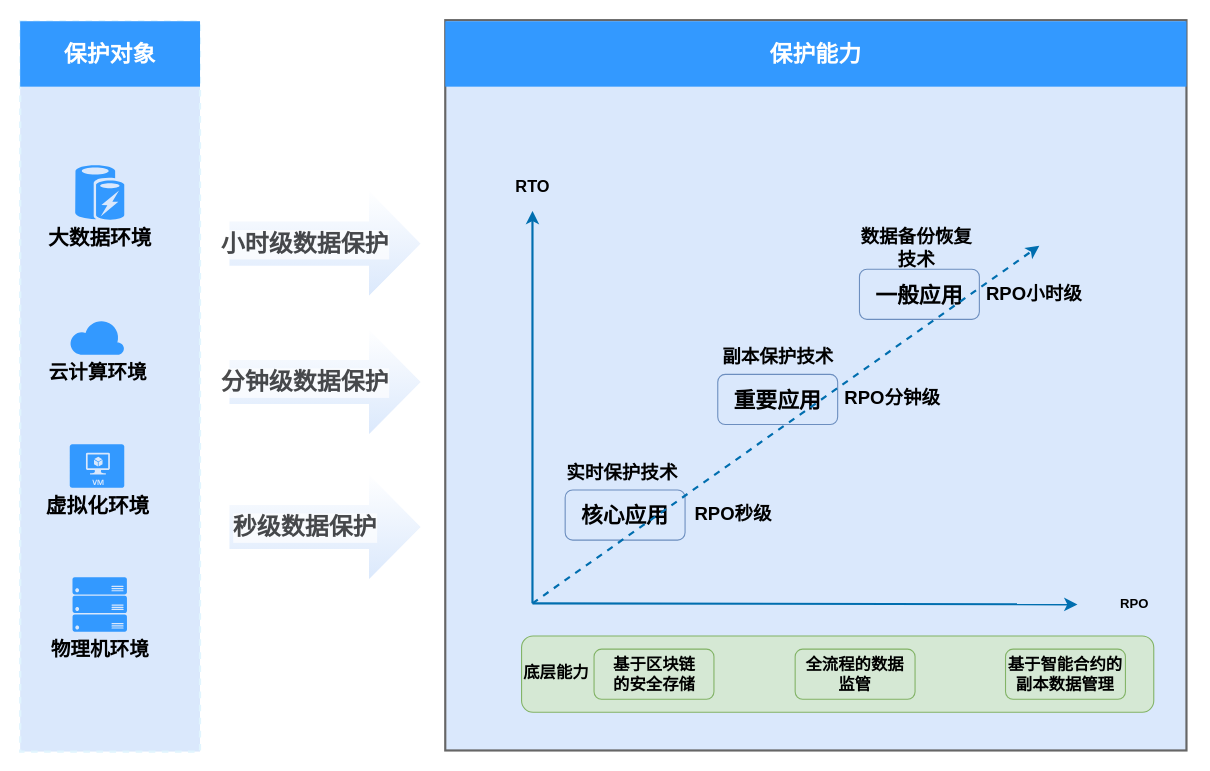
Above: page "Copy of Page-1" (2 of 2) of 多元数据保护.drawio in qqshow/drawio (draw.io), before the change. Source tidied: cells renumbered, new cells numbered last; positions are measured from the earlier drawing's top-left corner, leaving out a move shared by most shapes. Both pictures are drawn from the tidied source at 109%, with x=0, y=0 at pixel (20, 20).
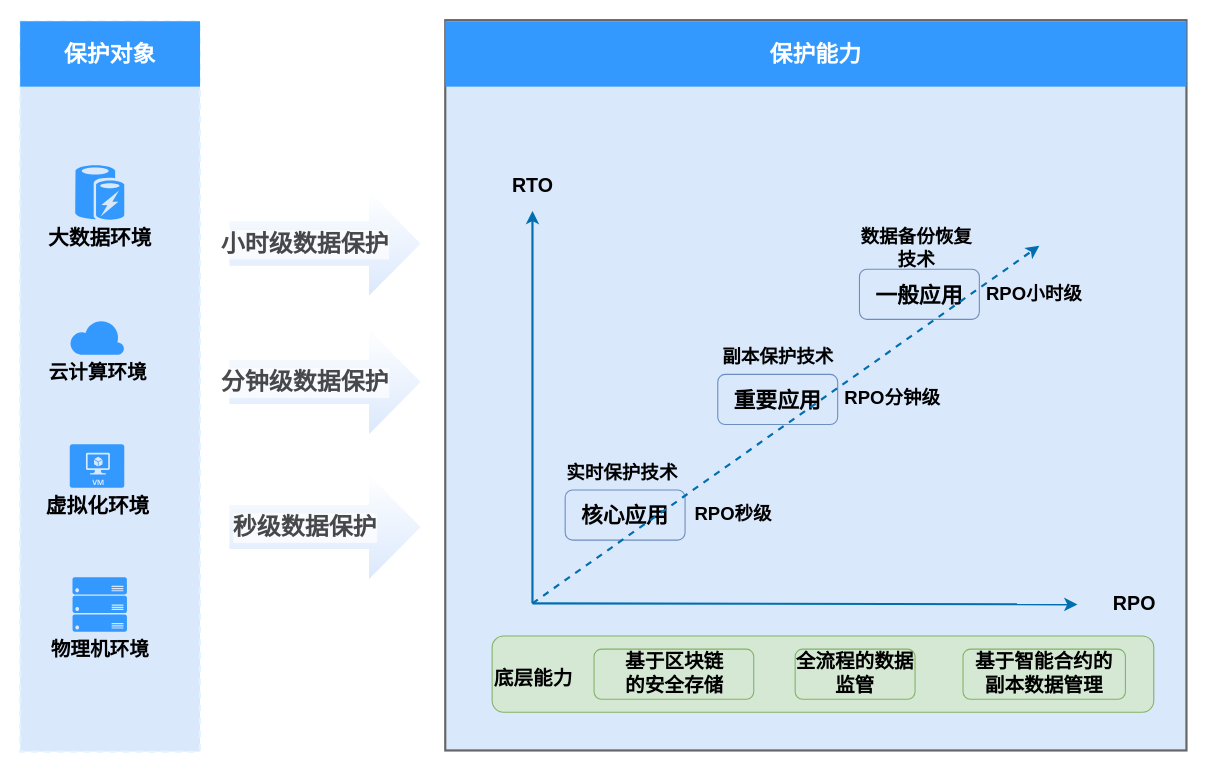
Above is the later version.

Commit message:
Update 多元数据保护.drawio

Change to the diagram source:
```diff
@@
-    <mxCell id="19" value="&lt;b style=&quot;font-size: 15px;&quot;&gt;RTO&lt;/b&gt;" style="text;html=1;strokeColor=none;fillColor=none;align=center;verticalAlign=middle;whiteSpace=wrap;rounded=0;shadow=0;labelBackgroundColor=none;labelBorderColor=none;fontColor=#000000;fontSize=15;" parent="1" vertex="1">
+    <mxCell id="19" value="&lt;b&gt;&lt;font style=&quot;font-size: 18px&quot;&gt;RTO&lt;/font&gt;&lt;/b&gt;" style="text;html=1;strokeColor=none;fillColor=none;align=center;verticalAlign=middle;whiteSpace=wrap;rounded=0;shadow=0;labelBackgroundColor=none;labelBorderColor=none;fontColor=#000000;fontSize=15;" parent="1" vertex="1">
       <mxGeometry x="417.5" y="137" width="105" height="30" as="geometry" />
     </mxCell>
-    <mxCell id="20" value="&lt;b&gt;&lt;font color=&quot;#000000&quot;&gt;RPO&lt;/font&gt;&lt;/b&gt;" style="text;html=1;strokeColor=none;fillColor=none;align=center;verticalAlign=middle;whiteSpace=wrap;rounded=0;shadow=0;labelBackgroundColor=none;labelBorderColor=none;fontColor=#0000FF;" parent="1" vertex="1">
+    <mxCell id="20" value="&lt;b&gt;&lt;font color=&quot;#000000&quot; style=&quot;font-size: 18px&quot;&gt;RPO&lt;/font&gt;&lt;/b&gt;" style="text;html=1;strokeColor=none;fillColor=none;align=center;verticalAlign=middle;whiteSpace=wrap;rounded=0;shadow=0;labelBackgroundColor=none;labelBorderColor=none;fontColor=#0000FF;" parent="1" vertex="1">
       <mxGeometry x="970" y="521" width="105" height="30" as="geometry" />
     </mxCell>
@@
-    <mxCell id="28" value="&lt;div style=&quot;text-align: justify&quot;&gt;&lt;b&gt;&lt;br&gt;&lt;/b&gt;&lt;/div&gt;&lt;div style=&quot;text-align: justify&quot;&gt;&lt;b&gt;底层能力&lt;/b&gt;&lt;/div&gt;" style="rounded=1;whiteSpace=wrap;html=1;shadow=0;labelBackgroundColor=none;labelBorderColor=none;fillColor=#d5e8d4;strokeColor=#82b366;align=left;verticalAlign=top;fontSize=15;" parent="1" vertex="1">
-      <mxGeometry x="460" y="565" width="580" height="70" as="geometry" />
+    <mxCell id="28" value="&lt;div style=&quot;text-align: justify ; font-size: 18px&quot;&gt;&lt;b&gt;&lt;font style=&quot;font-size: 18px&quot;&gt;&lt;br&gt;&lt;/font&gt;&lt;/b&gt;&lt;/div&gt;&lt;div style=&quot;text-align: justify ; font-size: 18px&quot;&gt;&lt;b&gt;&lt;font style=&quot;font-size: 18px&quot;&gt;底层能力&lt;/font&gt;&lt;/b&gt;&lt;/div&gt;" style="rounded=1;whiteSpace=wrap;html=1;shadow=0;labelBackgroundColor=none;labelBorderColor=none;fillColor=#d5e8d4;strokeColor=#82b366;align=left;verticalAlign=top;fontSize=15;" parent="1" vertex="1">
+      <mxGeometry x="433" y="565" width="607" height="70" as="geometry" />
     </mxCell>
-    <mxCell id="29" value="&lt;b style=&quot;font-size: 15px;&quot;&gt;基于区块链&lt;br style=&quot;font-size: 15px;&quot;&gt;的安全存储&lt;/b&gt;" style="rounded=1;whiteSpace=wrap;html=1;shadow=0;labelBackgroundColor=none;labelBorderColor=none;fillColor=#d5e8d4;strokeColor=#82b366;fontSize=15;" parent="1" vertex="1">
-      <mxGeometry x="526.5" y="577" width="110" height="46" as="geometry" />
+    <mxCell id="29" value="&lt;b style=&quot;font-size: 18px&quot;&gt;基于区块链&lt;br&gt;的安全存储&lt;/b&gt;" style="rounded=1;whiteSpace=wrap;html=1;shadow=0;labelBackgroundColor=none;labelBorderColor=none;fillColor=#d5e8d4;strokeColor=#82b366;fontSize=15;" parent="1" vertex="1">
+      <mxGeometry x="526.5" y="577" width="146.5" height="46" as="geometry" />
     </mxCell>
-    <mxCell id="30" value="&lt;b style=&quot;font-size: 15px;&quot;&gt;全流程的数据&lt;br style=&quot;font-size: 15px;&quot;&gt;监管&lt;/b&gt;" style="rounded=1;whiteSpace=wrap;html=1;shadow=0;labelBackgroundColor=none;labelBorderColor=none;fillColor=#d5e8d4;strokeColor=#82b366;fontSize=15;" parent="1" vertex="1">
+    <mxCell id="30" value="&lt;b style=&quot;font-size: 18px&quot;&gt;全流程的数据&lt;br&gt;监管&lt;/b&gt;" style="rounded=1;whiteSpace=wrap;html=1;shadow=0;labelBackgroundColor=none;labelBorderColor=none;fillColor=#d5e8d4;strokeColor=#82b366;fontSize=15;" parent="1" vertex="1">
       <mxGeometry x="711" y="577" width="110" height="46" as="geometry" />
     </mxCell>
-    <mxCell id="31" value="&lt;b style=&quot;font-size: 15px;&quot;&gt;基于智能合约的&lt;br style=&quot;font-size: 15px;&quot;&gt;副本数据管理&lt;br style=&quot;font-size: 15px;&quot;&gt;&lt;/b&gt;" style="rounded=1;whiteSpace=wrap;html=1;shadow=0;labelBackgroundColor=none;labelBorderColor=none;fillColor=#d5e8d4;strokeColor=#82b366;fontSize=15;" parent="1" vertex="1">
-      <mxGeometry x="904" y="577" width="110" height="46" as="geometry" />
+    <mxCell id="31" value="&lt;b style=&quot;font-size: 18px&quot;&gt;基于智能合约的&lt;br&gt;副本数据管理&lt;br style=&quot;font-size: 15px&quot;&gt;&lt;/b&gt;" style="rounded=1;whiteSpace=wrap;html=1;shadow=0;labelBackgroundColor=none;labelBorderColor=none;fillColor=#d5e8d4;strokeColor=#82b366;fontSize=15;" parent="1" vertex="1">
+      <mxGeometry x="865" y="577" width="149" height="46" as="geometry" />
     </mxCell>
```
